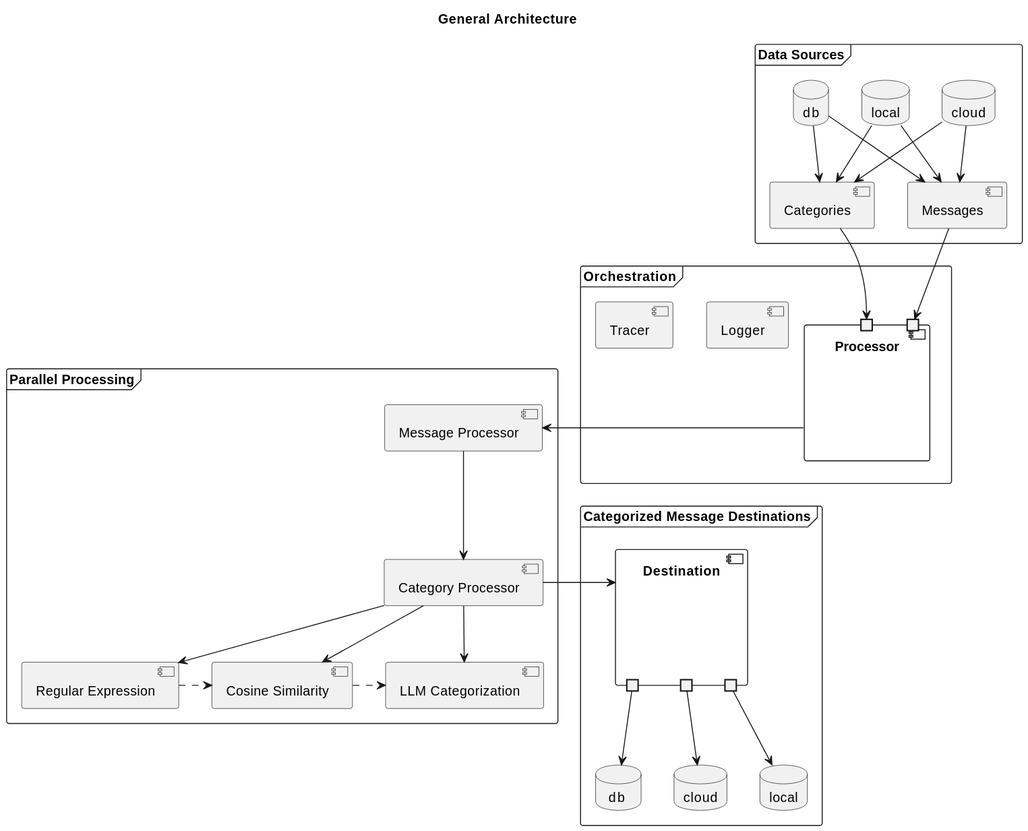
Above: doc/diagrams/architecture/General Architecture.svg in agramirez/deterministic-categorization (PlantUML), before the change.
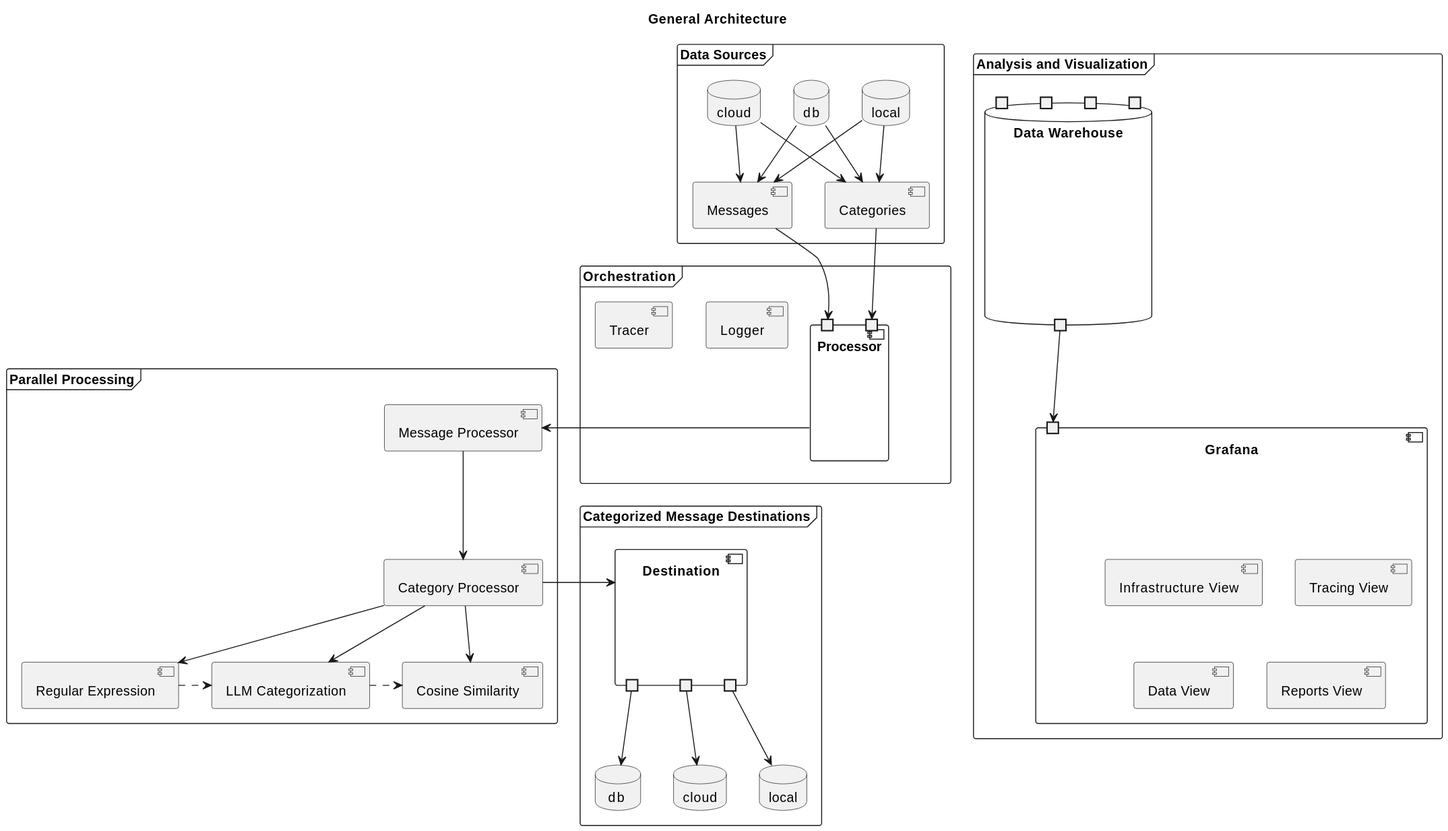
Above is the later version.

Diff of the diagram source:
```diff
@@ -43,8 +43,8 @@
     cp -down-> cosine
     cp -down-> llm
 
-    regex ..right..> cosine
-    cosine ..right..> llm
+    regex ..right..> llm
+    llm ..right..> cosine
 }
 
 frame "Categorized Message Destinations" as dd {
@@ -62,7 +62,29 @@
     plocald -down-> locald
 }
 
+frame "Analysis and Visualization" {
+    database "Data Warehouse" as dw {
+        port " " as pdwds
+        port " " as pdworc
+        port " " as pdwpro
+        port " " as pdwpdd
+        portout " " as dwo
+    }
+
+    component Grafana as grafana {
+        port " " as grafanadw
+
+        component "Infrastructure View"
+        component "Tracing View"
+        component "Data View"
+        component "Reports View"
+    }
+
+    dwo -down-> grafanadw
+}
+
+dest <-right- cp
 [Processor] -> mp
 mp --> cp
-cp -right-> dest
+
 @enduml
```
